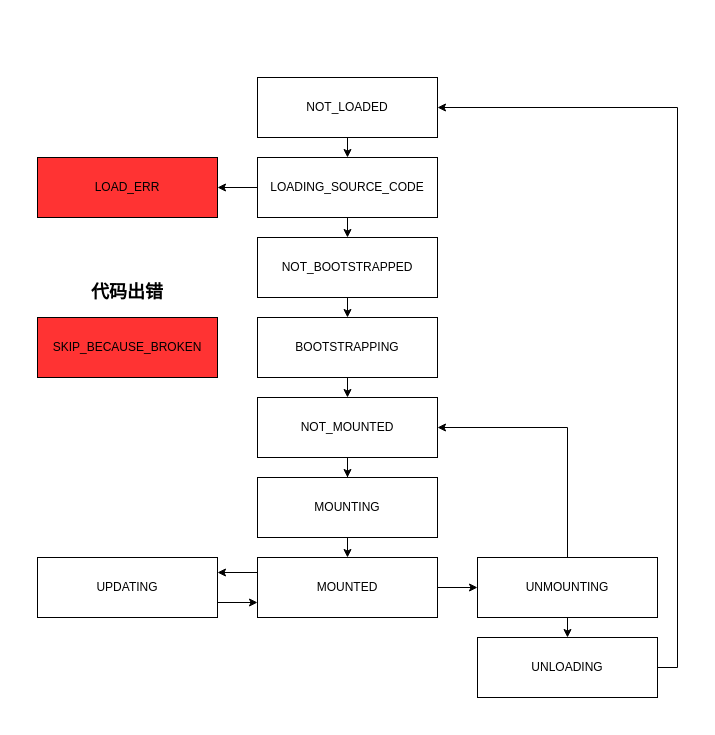
The draw.io diagram assets_drawio/diagram.drawio in micaiguai/note, before the edit. Source tidied: cells renumbered, new cells numbered last; positions are measured from the earlier drawing's top-left corner, leaving out a move shared by most shapes. Both pictures are drawn from the tidied source at 100%, with x=0, y=0 at pixel (37, 77).
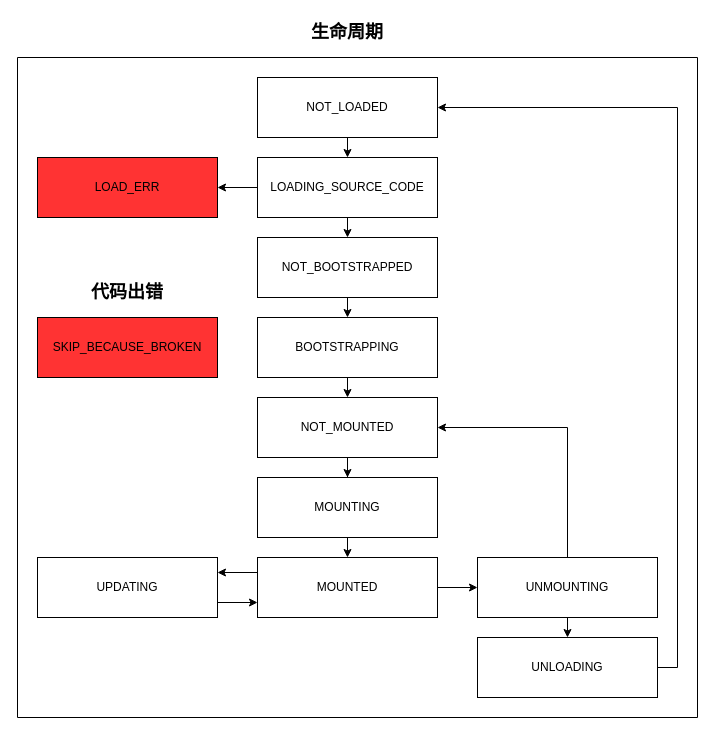
The same page after the edit.

Diff of the diagram source:
```diff
@@
+    <mxCell id="28" style="swimlane;startSize=0;" parent="1" vertex="1">
+      <mxGeometry x="-20" y="-20" width="680" height="660" as="geometry" />
+    </mxCell>
+    <mxCell id="29" value="&lt;font style=&quot;font-size: 18px;&quot;&gt;生命周期&lt;/font&gt;" style="text;html=1;strokeColor=none;fillColor=none;align=center;verticalAlign=middle;whiteSpace=wrap;rounded=0;fontStyle=1;" parent="1" vertex="1">
+      <mxGeometry x="220" y="-60" width="180" height="30" as="geometry" />
+    </mxCell>
```
